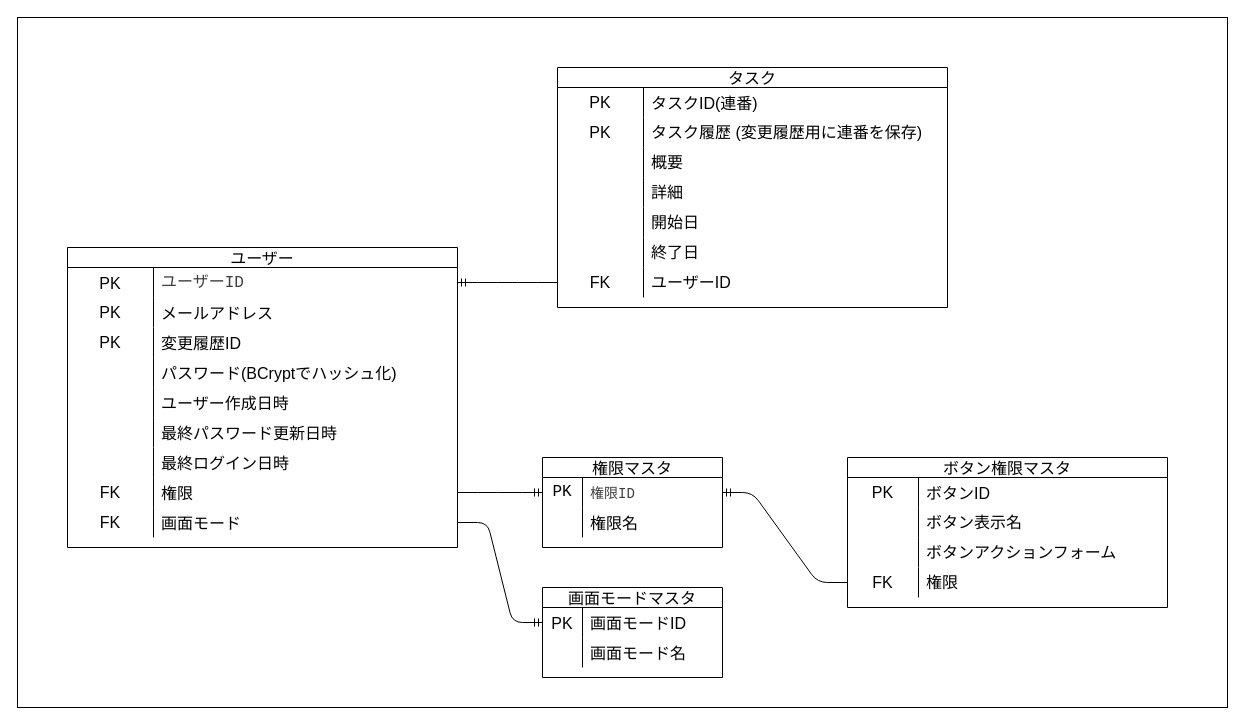
The draw.io diagram doc/01_要件定義/ER図.drawio in kamiya-daiki/SpringBoot4-Portfolio, before the edit. Source tidied: cells renumbered, new cells numbered last; positions are measured from the earlier drawing's top-left corner, leaving out a move shared by most shapes. Both pictures are drawn from the tidied source at 100%, with x=0, y=0 at pixel (17, 17).
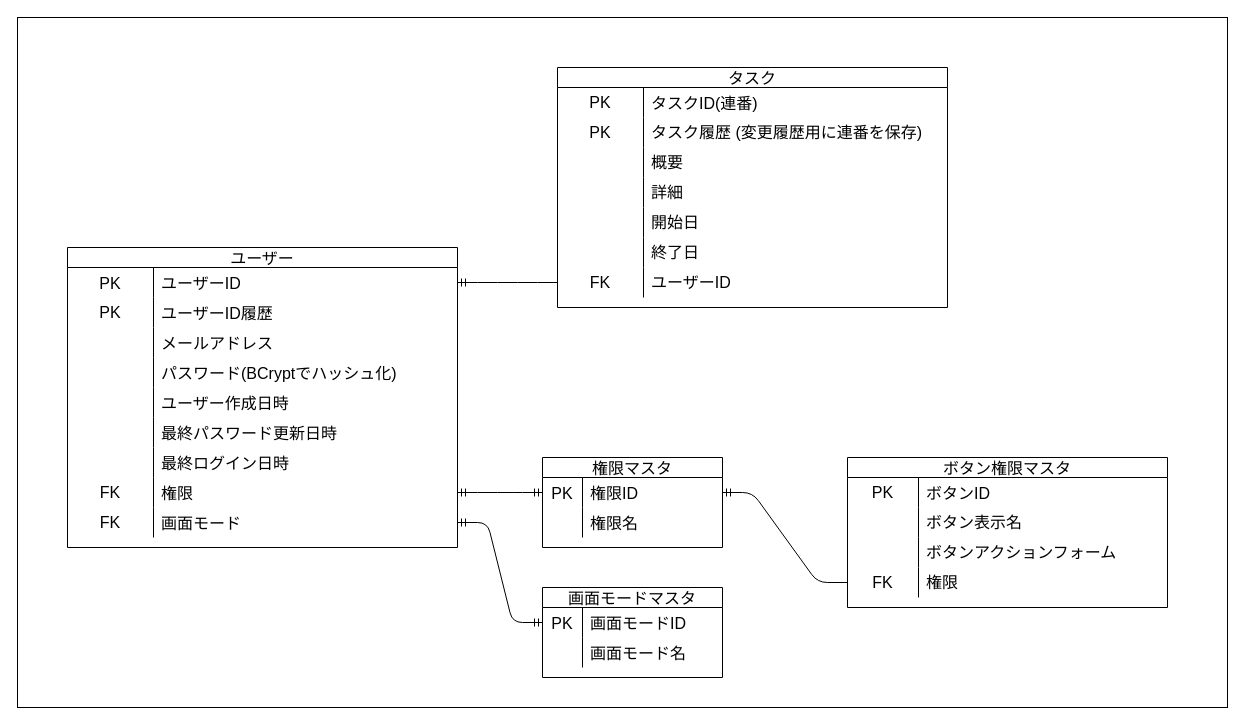
The same page after the edit.

The change refers to these unchanged cells:
```xml
<mxCell id="4" style="shape=tableRow;horizontal=0;startSize=0;swimlaneHead=0;swimlaneBody=0;top=0;left=0;bottom=0;right=0;fillColor=none;points=[[0,0.5],[1,0.5]];portConstraint=eastwest;strokeColor=inherit;fontSize=16;" parent="3" vertex="1">
  <mxGeometry y="20" width="180" height="30" as="geometry" />
</mxCell>
<mxCell id="24" style="shape=tableRow;horizontal=0;startSize=0;swimlaneHead=0;swimlaneBody=0;top=0;left=0;bottom=0;right=0;fillColor=none;points=[[0,0.5],[1,0.5]];portConstraint=eastwest;strokeColor=inherit;fontSize=16;" parent="23" vertex="1">
  <mxGeometry y="20" width="390" height="30" as="geometry" />
</mxCell>
<mxCell id="27" style="shape=tableRow;horizontal=0;startSize=0;swimlaneHead=0;swimlaneBody=0;top=0;left=0;bottom=0;right=0;fillColor=none;strokeColor=inherit;fontSize=16;" parent="23" vertex="1">
  <mxGeometry y="50" width="390" height="30" as="geometry" />
</mxCell>
<mxCell id="30" style="shape=tableRow;horizontal=0;startSize=0;swimlaneHead=0;swimlaneBody=0;top=0;left=0;bottom=0;right=0;fillColor=none;strokeColor=inherit;fontSize=16;" parent="23" vertex="1">
  <mxGeometry y="80" width="390" height="30" as="geometry" />
</mxCell>
<mxCell id="45" style="shape=tableRow;horizontal=0;startSize=0;swimlaneHead=0;swimlaneBody=0;top=0;left=0;bottom=0;right=0;fillColor=none;points=[[0,0.5],[1,0.5]];portConstraint=eastwest;strokeColor=inherit;fontSize=16;" parent="23" vertex="1">
  <mxGeometry y="230" width="390" height="30" as="geometry" />
</mxCell>
<mxCell id="48" style="shape=tableRow;horizontal=0;startSize=0;swimlaneHead=0;swimlaneBody=0;top=0;left=0;bottom=0;right=0;fillColor=none;points=[[0,0.5],[1,0.5]];portConstraint=eastwest;strokeColor=inherit;fontSize=16;" parent="23" vertex="1">
  <mxGeometry y="260" width="390" height="30" as="geometry" />
</mxCell>
<mxCell id="52" style="shape=tableRow;horizontal=0;startSize=0;swimlaneHead=0;swimlaneBody=0;top=0;left=0;bottom=0;right=0;fillColor=none;points=[[0,0.5],[1,0.5]];portConstraint=eastwest;strokeColor=inherit;fontSize=16;" parent="51" vertex="1">
  <mxGeometry y="20" width="180" height="30" as="geometry" />
</mxCell>
```

The edit, as a diff of the source:
```diff
@@
-    <mxCell id="5" value="&lt;div style=&quot;font-family: Consolas, &amp;quot;Courier New&amp;quot;, monospace; line-height: 19px; white-space: pre;&quot;&gt;&lt;font style=&quot;&quot;&gt;PK&lt;/font&gt;&lt;/div&gt;" style="shape=partialRectangle;html=1;whiteSpace=wrap;fillColor=none;top=0;left=0;bottom=0;right=0;overflow=hidden;strokeColor=inherit;fontSize=16;fontColor=default;" parent="4" vertex="1">
+    <mxCell id="5" value="PK" style="shape=partialRectangle;fillColor=none;top=0;left=0;bottom=0;right=0;overflow=hidden;strokeColor=inherit;fontSize=16;fontColor=default;" parent="4" vertex="1">
       <mxGeometry width="40" height="30" as="geometry" />
     </mxCell>
-    <mxCell id="6" value="&lt;span style=&quot;font-family: Consolas, &amp;quot;Courier New&amp;quot;, monospace; font-size: 14px; text-align: center; white-space: pre;&quot;&gt;&lt;font style=&quot;color: light-dark(rgb(62, 62, 62), rgb(255, 255, 255));&quot;&gt;権限ID&lt;/font&gt;&lt;/span&gt;" style="shape=partialRectangle;html=1;whiteSpace=wrap;fillColor=none;top=0;left=0;bottom=0;right=0;align=left;spacingLeft=6;overflow=hidden;strokeColor=inherit;fontSize=16;" parent="4" vertex="1">
+    <mxCell id="6" value="権限ID" style="shape=partialRectangle;fillColor=none;top=0;left=0;bottom=0;right=0;align=left;spacingLeft=6;overflow=hidden;strokeColor=inherit;fontSize=16;" parent="4" vertex="1">
       <mxGeometry x="40" width="140" height="30" as="geometry" />
     </mxCell>
@@
-    <mxCell id="26" value="&lt;span style=&quot;font-family: Consolas, &amp;quot;Courier New&amp;quot;, monospace; text-align: center; white-space: pre;&quot;&gt;&lt;font style=&quot;color: light-dark(rgb(62, 62, 62), rgb(255, 255, 255));&quot;&gt;ユーザーID&lt;/font&gt;&lt;/span&gt;" style="shape=partialRectangle;html=1;whiteSpace=wrap;fillColor=none;top=0;left=0;bottom=0;right=0;align=left;spacingLeft=6;overflow=hidden;strokeColor=inherit;fontSize=16;" parent="24" vertex="1">
+    <mxCell id="26" value="ユーザーID" style="shape=partialRectangle;fillColor=none;top=0;left=0;bottom=0;right=0;align=left;spacingLeft=6;overflow=hidden;strokeColor=inherit;fontSize=16;" parent="24" vertex="1">
       <mxGeometry x="86" width="304" height="30" as="geometry" />
     </mxCell>
@@
-    <mxCell id="29" value="メールアドレス" style="shape=partialRectangle;fillColor=none;top=0;left=0;bottom=0;right=0;align=left;spacingLeft=6;overflow=hidden;strokeColor=inherit;fontSize=16;flipV=1;" parent="27" vertex="1">
+    <mxCell id="29" value="ユーザーID履歴" style="shape=partialRectangle;fillColor=none;top=0;left=0;bottom=0;right=0;align=left;spacingLeft=6;overflow=hidden;strokeColor=inherit;fontSize=16;flipV=1;" parent="27" vertex="1">
       <mxGeometry x="86" width="304" height="30" as="geometry" />
     </mxCell>
@@
-    <mxCell id="31" value="PK" style="shape=partialRectangle;html=1;whiteSpace=wrap;fillColor=none;top=0;left=0;bottom=0;right=0;overflow=hidden;strokeColor=inherit;fontSize=16;" parent="30" vertex="1">
+    <mxCell id="31" style="shape=partialRectangle;html=1;whiteSpace=wrap;fillColor=none;top=0;left=0;bottom=0;right=0;overflow=hidden;strokeColor=inherit;fontSize=16;" parent="30" vertex="1">
       <mxGeometry width="86" height="30" as="geometry" />
     </mxCell>
-    <mxCell id="32" value="変更履歴ID" style="shape=partialRectangle;fillColor=none;top=0;left=0;bottom=0;right=0;align=left;spacingLeft=6;overflow=hidden;strokeColor=inherit;fontSize=16;" parent="30" vertex="1">
+    <mxCell id="32" value="メールアドレス" style="shape=partialRectangle;fillColor=none;top=0;left=0;bottom=0;right=0;align=left;spacingLeft=6;overflow=hidden;strokeColor=inherit;fontSize=16;" parent="30" vertex="1">
       <mxGeometry x="86" width="304" height="30" as="geometry" />
     </mxCell>
@@
+    <mxCell id="83" style="edgeStyle=entityRelationEdgeStyle;fontSize=12;html=1;endArrow=ERmandOne;startArrow=ERmandOne;entryX=0;entryY=0.5;entryDx=0;entryDy=0;exitX=1;exitY=0.5;exitDx=0;exitDy=0;" parent="1" edge="1" source="45" target="4">
+      <mxGeometry relative="1" as="geometry" />
+    </mxCell>
-    <mxCell id="82" style="edgeStyle=entityRelationEdgeStyle;fontSize=12;html=1;endArrow=ERmandOne;entryX=0;entryY=0.5;entryDx=0;entryDy=0;exitX=1;exitY=0.5;exitDx=0;exitDy=0;" parent="1" edge="1" source="48" target="52">
+    <mxCell id="82" style="edgeStyle=entityRelationEdgeStyle;fontSize=12;html=1;endArrow=ERmandOne;startArrow=ERmandOne;entryX=0;entryY=0.5;entryDx=0;entryDy=0;exitX=1;exitY=0.5;exitDx=0;exitDy=0;" parent="1" edge="1" source="48" target="52">
       <mxGeometry relative="1" as="geometry" />
     </mxCell>
-    <mxCell id="83" style="edgeStyle=entityRelationEdgeStyle;fontSize=12;html=1;endArrow=ERmandOne;entryX=0;entryY=0.5;entryDx=0;entryDy=0;exitX=1;exitY=0.5;exitDx=0;exitDy=0;" parent="1" edge="1" source="45" target="4">
-      <mxGeometry relative="1" as="geometry" />
-    </mxCell>
```
